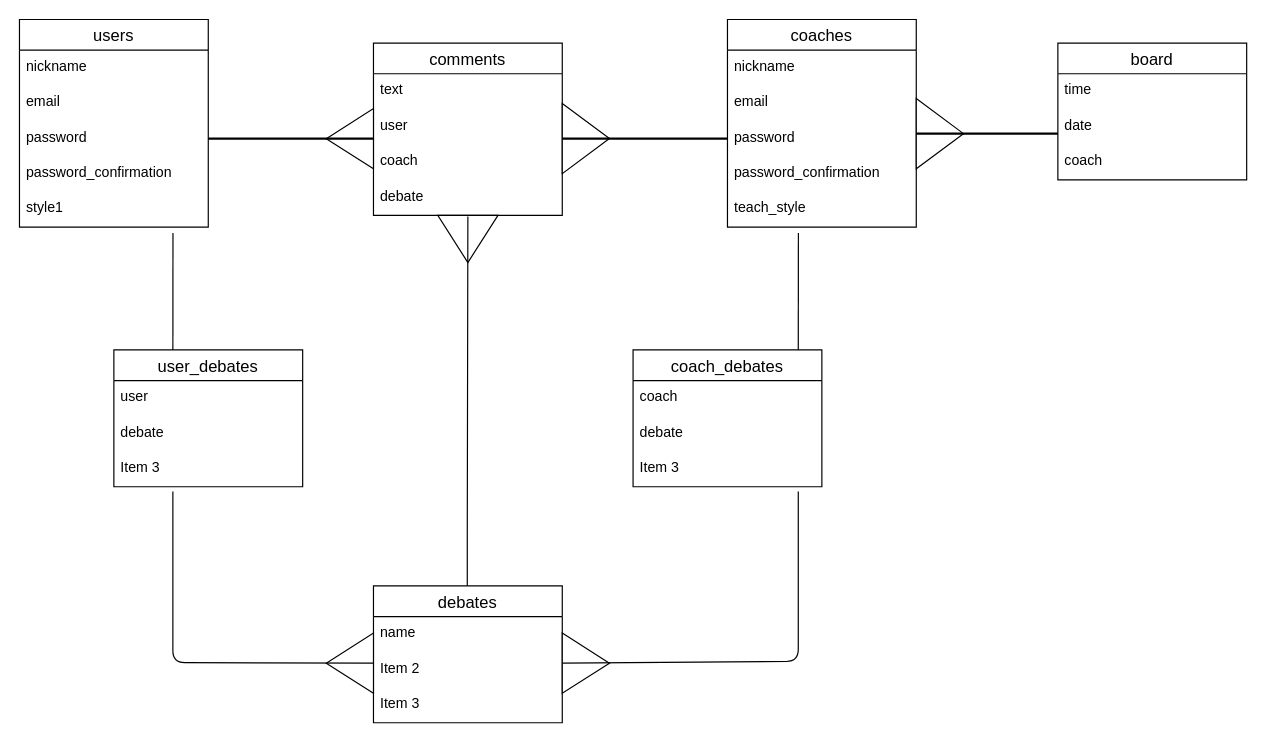
Before: .dio in kojimadaiki/debate-app, a draw.io diagram. Source tidied: cells renumbered, new cells numbered last; positions are measured from the earlier drawing's top-left corner, leaving out a move shared by most shapes. Both pictures are drawn from the tidied source at 118%, with x=0, y=0 at pixel (19, 19).
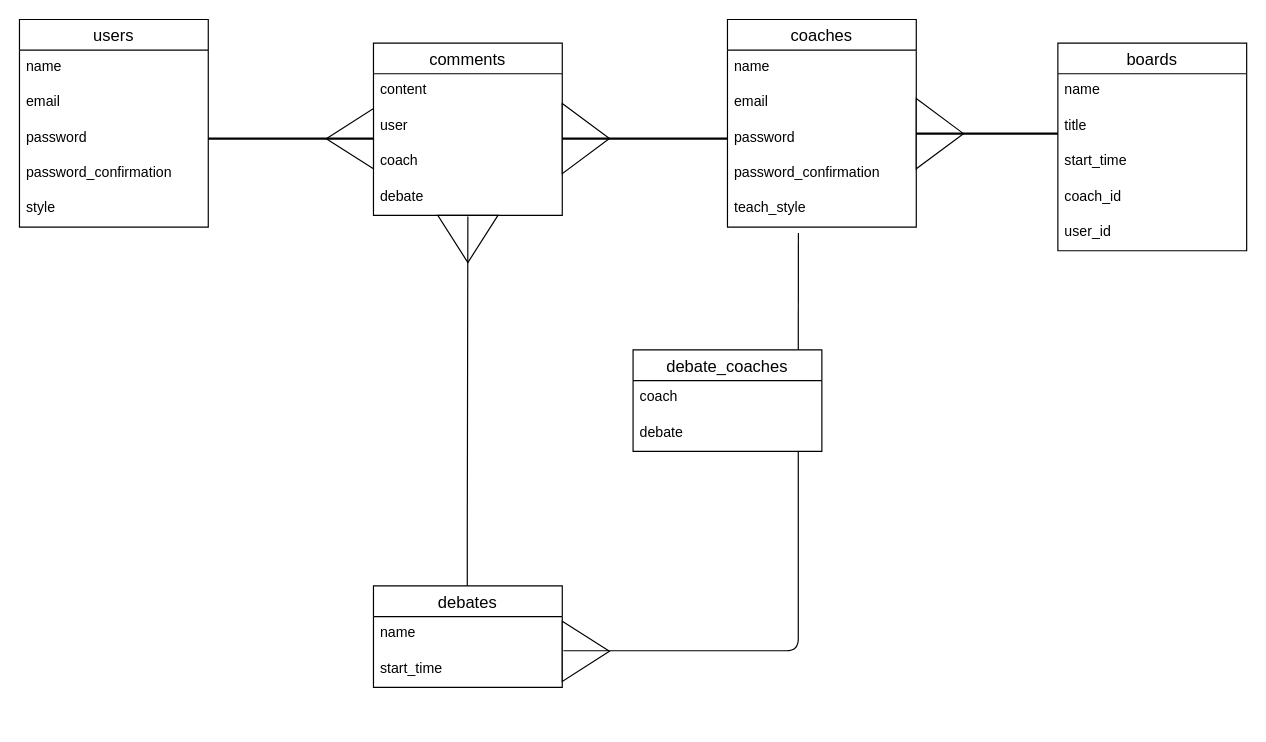
The same page after the edit.

Unchanged cells that the change refers to:
```xml
<mxCell id="2" value="coaches" style="swimlane;fontStyle=0;horizontal=1;startSize=26;align=center;fontSize=14;" parent="1" vertex="1">
  <mxGeometry x="600" width="160" height="176" as="geometry" />
</mxCell>
<mxCell id="8" value="users" style="swimlane;fontStyle=0;horizontal=1;startSize=26;align=center;fontSize=14;" parent="1" vertex="1">
  <mxGeometry width="160" height="176" as="geometry" />
</mxCell>
<mxCell id="15" value="name" style="text;strokeColor=none;fillColor=none;spacingLeft=4;spacingRight=4;overflow=hidden;points=[[0,0.5],[1,0.5]];portConstraint=eastwest;fontSize=12;" parent="14" vertex="1">
  <mxGeometry y="26" width="160" height="30" as="geometry" />
</mxCell>
<mxCell id="24" value="debate" style="text;strokeColor=none;fillColor=none;spacingLeft=4;spacingRight=4;overflow=hidden;points=[[0,0.5],[1,0.5]];portConstraint=eastwest;fontSize=12;" parent="22" vertex="1">
  <mxGeometry y="56" width="160" height="30" as="geometry" />
</mxCell>
<mxCell id="26" value="comments" style="swimlane;fontStyle=0;horizontal=1;startSize=26;align=center;fontSize=14;" parent="1" vertex="1">
  <mxGeometry x="300" y="20" width="160" height="146" as="geometry" />
</mxCell>
```

Change to the diagram source:
```diff
@@
-    <mxCell id="3" value="nickname" style="text;strokeColor=none;fillColor=none;spacingLeft=4;spacingRight=4;overflow=hidden;fontSize=12;" parent="2" vertex="1">
+    <mxCell id="3" value="name" style="text;strokeColor=none;fillColor=none;spacingLeft=4;spacingRight=4;overflow=hidden;fontSize=12;" parent="2" vertex="1">
       <mxGeometry y="26" width="160" height="30" as="geometry" />
     </mxCell>
@@
-    <mxCell id="9" value="nickname" style="text;strokeColor=none;fillColor=none;spacingLeft=4;spacingRight=4;overflow=hidden;fontSize=12;" parent="8" vertex="1">
+    <mxCell id="9" value="name" style="text;strokeColor=none;fillColor=none;spacingLeft=4;spacingRight=4;overflow=hidden;fontSize=12;" parent="8" vertex="1">
       <mxGeometry y="26" width="160" height="30" as="geometry" />
     </mxCell>
@@
-    <mxCell id="13" value="style1" style="text;strokeColor=none;fillColor=none;spacingLeft=4;spacingRight=4;overflow=hidden;points=[[0,0.5],[1,0.5]];portConstraint=eastwest;fontSize=12;" parent="8" vertex="1">
+    <mxCell id="13" value="style" style="text;strokeColor=none;fillColor=none;spacingLeft=4;spacingRight=4;overflow=hidden;points=[[0,0.5],[1,0.5]];portConstraint=eastwest;fontSize=12;" parent="8" vertex="1">
       <mxGeometry y="146" width="160" height="30" as="geometry" />
     </mxCell>
     <mxCell id="14" value="debates" style="swimlane;fontStyle=0;horizontal=1;startSize=26;align=center;fontSize=14;" parent="1" vertex="1">
-      <mxGeometry x="300" y="480" width="160" height="116" as="geometry" />
+      <mxGeometry x="300" y="480" width="160" height="86" as="geometry" />
     </mxCell>
@@
-    <mxCell id="16" value="Item 2" style="text;strokeColor=none;fillColor=none;spacingLeft=4;spacingRight=4;overflow=hidden;fontSize=12;" parent="14" vertex="1">
-      <mxGeometry y="56" width="160" height="30" as="geometry" />
-    </mxCell>
-    <mxCell id="17" value="Item 3" style="text;strokeColor=none;fillColor=none;spacingLeft=4;spacingRight=4;overflow=hidden;fontSize=12;" parent="14" vertex="1">
-      <mxGeometry y="86" width="160" height="30" as="geometry" />
-    </mxCell>
-    <mxCell id="18" value="user_debates" style="swimlane;fontStyle=0;horizontal=1;startSize=26;align=center;fontSize=14;" parent="1" vertex="1">
-      <mxGeometry x="80" y="280" width="160" height="116" as="geometry" />
-    </mxCell>
-    <mxCell id="19" value="user" style="text;strokeColor=none;fillColor=none;spacingLeft=4;spacingRight=4;overflow=hidden;fontSize=12;" parent="18" vertex="1">
-      <mxGeometry y="26" width="160" height="30" as="geometry" />
-    </mxCell>
-    <mxCell id="20" value="debate" style="text;strokeColor=none;fillColor=none;spacingLeft=4;spacingRight=4;overflow=hidden;fontSize=12;" parent="18" vertex="1">
-      <mxGeometry y="56" width="160" height="30" as="geometry" />
-    </mxCell>
-    <mxCell id="21" value="Item 3" style="text;strokeColor=none;fillColor=none;spacingLeft=4;spacingRight=4;overflow=hidden;fontSize=12;" parent="18" vertex="1">
-      <mxGeometry y="86" width="160" height="30" as="geometry" />
-    </mxCell>
+    <mxCell id="51" value="start_time" style="text;strokeColor=none;fillColor=none;spacingLeft=4;spacingRight=4;overflow=hidden;fontSize=12;" parent="14" vertex="1">
+      <mxGeometry y="56" width="160" height="30" as="geometry" />
+    </mxCell>
-    <mxCell id="22" value="coach_debates" style="swimlane;fontStyle=0;horizontal=1;startSize=26;align=center;fontSize=14;" parent="1" vertex="1">
-      <mxGeometry x="520" y="280" width="160" height="116" as="geometry" />
+    <mxCell id="22" value="debate_coaches" style="swimlane;fontStyle=0;horizontal=1;startSize=26;align=center;fontSize=14;" parent="1" vertex="1">
+      <mxGeometry x="520" y="280" width="160" height="86" as="geometry" />
     </mxCell>
@@
-    <mxCell id="25" value="Item 3" style="text;strokeColor=none;fillColor=none;spacingLeft=4;spacingRight=4;overflow=hidden;fontSize=12;" parent="22" vertex="1">
-      <mxGeometry y="86" width="160" height="30" as="geometry" />
-    </mxCell>
@@
-    <mxCell id="27" value="text" style="text;strokeColor=none;fillColor=none;spacingLeft=4;spacingRight=4;overflow=hidden;fontSize=12;" parent="26" vertex="1">
+    <mxCell id="27" value="content" style="text;strokeColor=none;fillColor=none;spacingLeft=4;spacingRight=4;overflow=hidden;fontSize=12;" parent="26" vertex="1">
       <mxGeometry y="26" width="160" height="30" as="geometry" />
     </mxCell>
@@
-    <mxCell id="31" value="board" style="swimlane;fontStyle=0;horizontal=1;startSize=26;align=center;fontSize=14;" parent="1" vertex="1">
-      <mxGeometry x="880" y="20" width="160" height="116" as="geometry" />
+    <mxCell id="31" value="boards" style="swimlane;fontStyle=0;horizontal=1;startSize=26;align=center;fontSize=14;" parent="1" vertex="1">
+      <mxGeometry x="880" y="20" width="160" height="176" as="geometry" />
     </mxCell>
-    <mxCell id="32" value="time" style="text;strokeColor=none;fillColor=none;spacingLeft=4;spacingRight=4;overflow=hidden;fontSize=12;" parent="31" vertex="1">
+    <mxCell id="32" value="name" style="text;strokeColor=none;fillColor=none;spacingLeft=4;spacingRight=4;overflow=hidden;fontSize=12;" parent="31" vertex="1">
       <mxGeometry y="26" width="160" height="30" as="geometry" />
     </mxCell>
-    <mxCell id="33" value="date" style="text;strokeColor=none;fillColor=none;spacingLeft=4;spacingRight=4;overflow=hidden;fontSize=12;" parent="31" vertex="1">
+    <mxCell id="33" value="title" style="text;strokeColor=none;fillColor=none;spacingLeft=4;spacingRight=4;overflow=hidden;fontSize=12;" parent="31" vertex="1">
       <mxGeometry y="56" width="160" height="30" as="geometry" />
     </mxCell>
+    <mxCell id="52" value="start_time" style="text;strokeColor=none;fillColor=none;spacingLeft=4;spacingRight=4;overflow=hidden;fontSize=12;" parent="31" vertex="1">
+      <mxGeometry y="86" width="160" height="30" as="geometry" />
+    </mxCell>
-    <mxCell id="34" value="coach" style="text;strokeColor=none;fillColor=none;spacingLeft=4;spacingRight=4;overflow=hidden;fontSize=12;" parent="31" vertex="1">
-      <mxGeometry y="86" width="160" height="30" as="geometry" />
+    <mxCell id="34" value="coach_id" style="text;strokeColor=none;fillColor=none;spacingLeft=4;spacingRight=4;overflow=hidden;fontSize=12;" parent="31" vertex="1">
+      <mxGeometry y="116" width="160" height="30" as="geometry" />
     </mxCell>
-    <mxCell id="35" style="triangle;whiteSpace=wrap;html=1;direction=west;" parent="1" vertex="1">
-      <mxGeometry x="260" y="520" width="40" height="51" as="geometry" />
-    </mxCell>
+    <mxCell id="53" value="user_id" style="text;strokeColor=none;fillColor=none;spacingLeft=4;spacingRight=4;overflow=hidden;fontSize=12;" parent="31" vertex="1">
+      <mxGeometry y="146" width="160" height="30" as="geometry" />
+    </mxCell>
@@
-    <mxCell id="43" style="endArrow=none;html=1;exitX=0;exitY=0.5;exitDx=0;exitDy=0;" parent="1" edge="1" source="35">
-      <mxGeometry relative="1" as="geometry">
-        <mxPoint x="130" y="400" as="targetPoint" />
-        <Array as="points">
-          <mxPoint x="130" y="545" />
-          <mxPoint x="130" y="400" />
-        </Array>
-      </mxGeometry>
-    </mxCell>
@@
     <mxCell id="45" style="triangle;whiteSpace=wrap;html=1;direction=east;" parent="1" vertex="1">
-      <mxGeometry x="460" y="520" width="40" height="51" as="geometry" />
+      <mxGeometry x="460" y="510" width="40" height="51" as="geometry" />
     </mxCell>
-    <mxCell id="46" style="endArrow=none;html=1;exitX=0;exitY=0.5;exitDx=0;exitDy=0;" parent="1" edge="1" source="45">
+    <mxCell id="46" style="endArrow=none;html=1;exitX=1.006;exitY=0.967;exitDx=0;exitDy=0;entryX=0.875;entryY=1;entryDx=0;entryDy=0;entryPerimeter=0;exitPerimeter=0;" parent="1" edge="1" source="15" target="24">
       <mxGeometry relative="1" as="geometry">
-        <mxPoint x="660" y="400" as="targetPoint" />
         <Array as="points">
-          <mxPoint x="660" y="544" />
+          <mxPoint x="660" y="535" />
         </Array>
       </mxGeometry>
     </mxCell>
-    <mxCell id="47" style="endArrow=none;html=1;entryX=0.813;entryY=1.167;entryDx=0;entryDy=0;entryPerimeter=0;" parent="1" edge="1" target="13">
-      <mxGeometry relative="1" as="geometry">
-        <mxPoint x="130" y="280" as="sourcePoint" />
-      </mxGeometry>
-    </mxCell>
```
